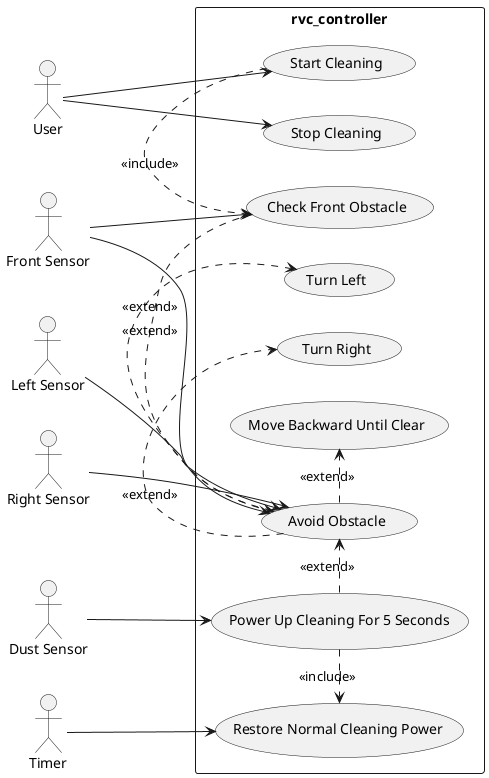
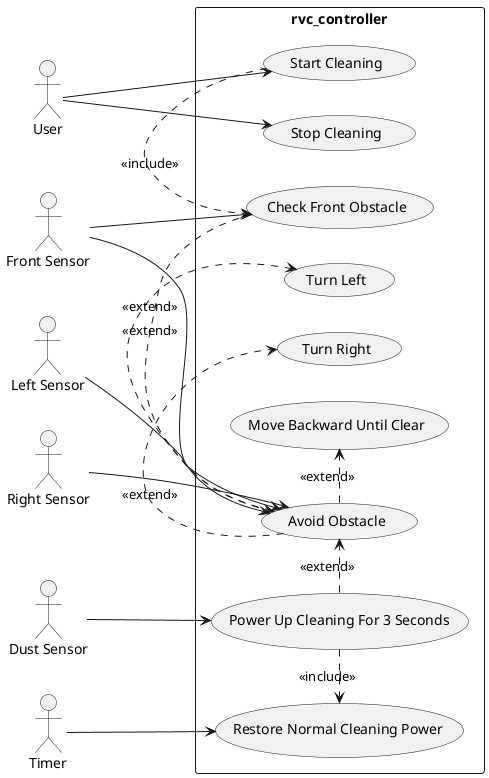
@startuml
left to right direction
skinparam packageStyle rectangle

actor User
actor "Front Sensor" as FrontSensor
actor "Left Sensor" as LeftSensor
actor "Right Sensor" as RightSensor
actor "Dust Sensor" as DustSensor
actor Timer

rectangle "rvc_controller" {
  usecase "Start Cleaning" as UC_Start
  usecase "Stop Cleaning" as UC_Stop
  usecase "Check Front Obstacle" as UC_CheckFront
  usecase "Avoid Obstacle" as UC_Avoid
  usecase "Turn Left" as UC_TurnLeft
  usecase "Turn Right" as UC_TurnRight
  usecase "Move Backward Until Clear" as UC_Backward
-   usecase "Power Up Cleaning For 5 Seconds" as UC_Dust
+   usecase "Power Up Cleaning For 3 Seconds" as UC_Dust
  usecase "Restore Normal Cleaning Power" as UC_Restore
}

User --> UC_Start
User --> UC_Stop
FrontSensor --> UC_CheckFront
FrontSensor --> UC_Avoid
LeftSensor --> UC_Avoid
RightSensor --> UC_Avoid
DustSensor --> UC_Dust
Timer --> UC_Restore

UC_Start .> UC_CheckFront : <<include>>
UC_CheckFront .> UC_Avoid : <<extend>>
UC_Avoid .> UC_TurnLeft : <<extend>>
UC_Avoid .> UC_TurnRight : <<extend>>
UC_Avoid .> UC_Backward : <<extend>>
UC_Dust .> UC_Restore : <<include>>
UC_Dust .> UC_Avoid : <<extend>>
@enduml
